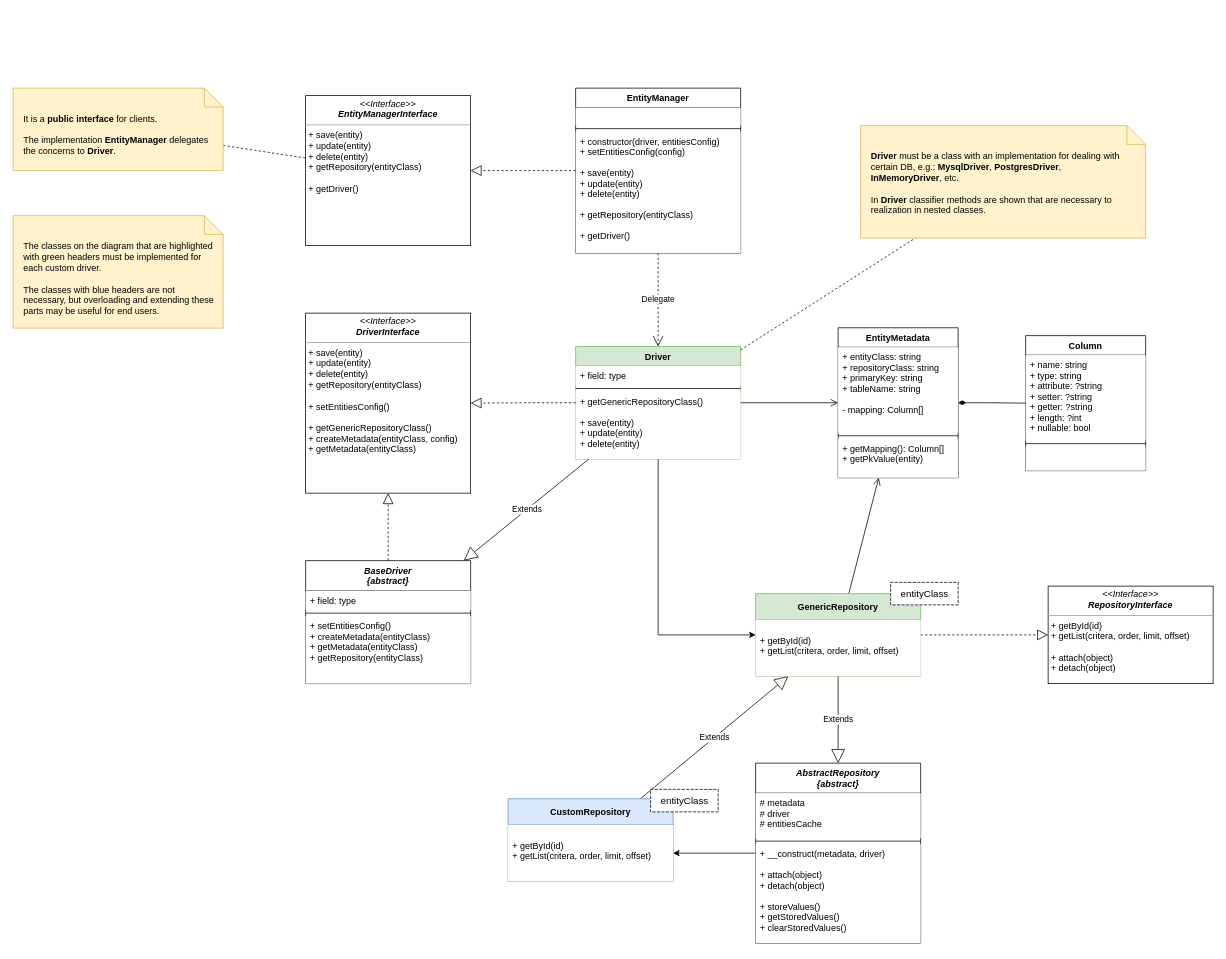
Earlier version of the draw.io diagram docs/diagrams/draw.io/EntityManager - class diagram.drawio (enoffspb/php-entity-manager). Source tidied: cells renumbered, new cells numbered last; positions are measured from the earlier drawing's top-left corner, leaving out a move shared by most shapes. Both pictures are drawn from the tidied source at 75%, with x=0, y=0 at pixel (13, 88).
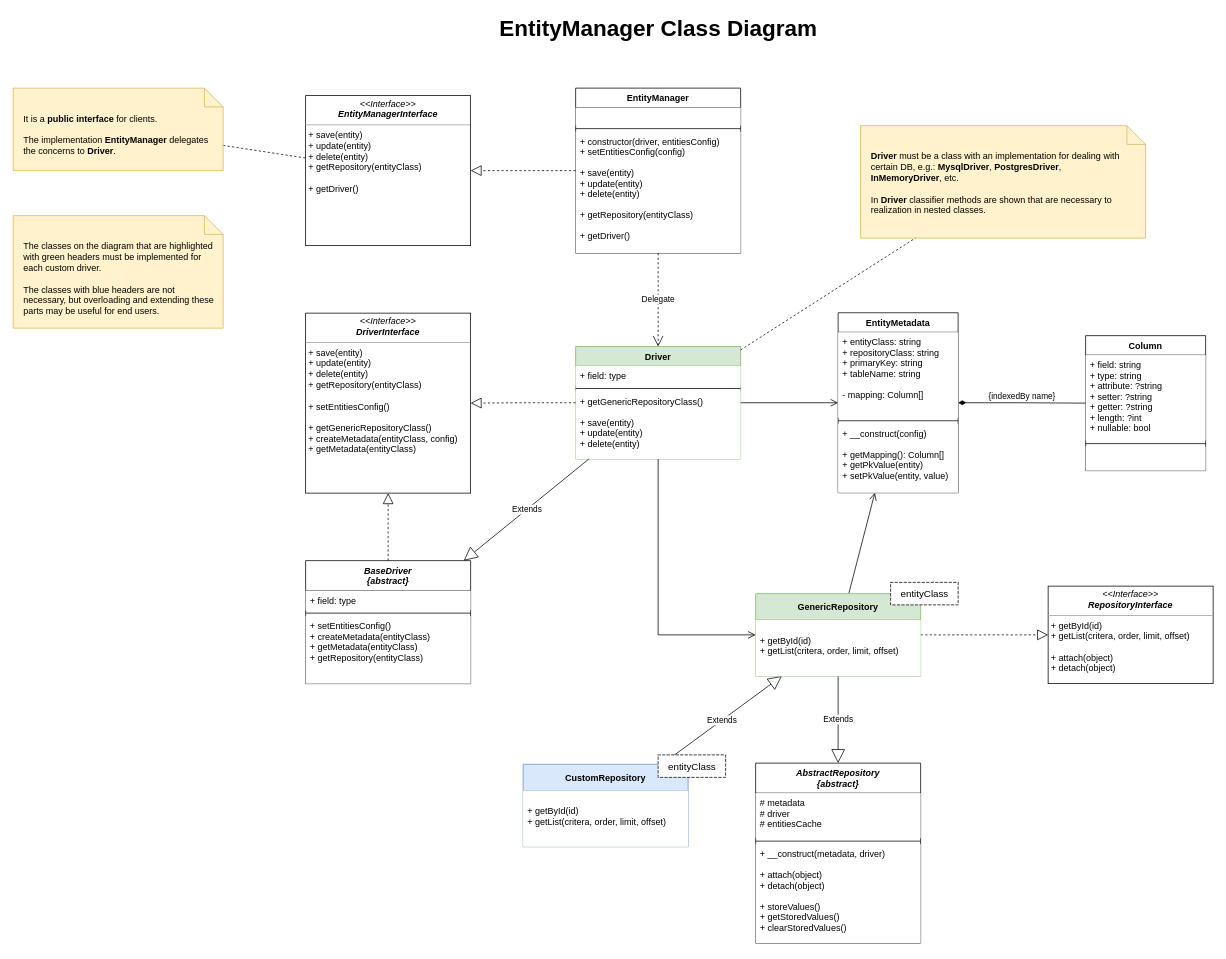
The same diagram, later.

Unchanged cells that the change refers to:
```xml
<mxCell id="8" value="Driver" style="swimlane;fontStyle=1;align=center;verticalAlign=top;horizontal=1;startSize=26;fillColor=#d5e8d4;strokeColor=#82b366;" parent="1" vertex="1">
  <mxGeometry x="750" y="344.5" width="220" height="150" as="geometry" />
</mxCell>
<mxCell id="41" value="AbstractRepository&#10;{abstract}&#10;" style="swimlane;fontStyle=3;align=center;verticalAlign=top;horizontal=1;startSize=40;fillColor=default;" parent="1" vertex="1">
  <mxGeometry x="990" y="900" width="220" height="240" as="geometry" />
</mxCell>
<mxCell id="47" value="GenericRepository" style="swimlane;fontStyle=1;align=center;verticalAlign=middle;horizontal=1;startSize=35;fillColor=#d5e8d4;strokeColor=#82b366;" parent="46" vertex="1">
  <mxGeometry y="15" width="220" height="110" as="geometry" />
</mxCell>
<mxCell id="52" value="&#10;+ getById(id)&#10;+ getList(critera, order, limit, offset)" style="text;strokeColor=none;fillColor=default;align=left;verticalAlign=top;spacingLeft=4;spacingRight=4;overflow=hidden;points=[[0,0.5],[1,0.5]];portConstraint=eastwest;" parent="51" vertex="1">
  <mxGeometry y="35" width="220" height="75" as="geometry" />
</mxCell>
```

The edit, as a diff of the source:
```diff
@@
     <mxCell id="3" value="EntityMetadata" style="swimlane;fontStyle=1;align=center;verticalAlign=top;horizontal=1;startSize=26;fillColor=default;" parent="1" vertex="1">
-      <mxGeometry x="1100" y="319.5" width="160" height="200" as="geometry" />
+      <mxGeometry x="1100" y="299.5" width="160" height="240" as="geometry" />
     </mxCell>
@@
-    <mxCell id="6" value="+ getMapping(): Column[]&#10;+ getPkValue(entity)" style="text;strokeColor=none;fillColor=default;align=left;verticalAlign=top;spacingLeft=4;spacingRight=4;overflow=hidden;" parent="3" vertex="1">
-      <mxGeometry y="148" width="160" height="52" as="geometry" />
+    <mxCell id="6" value="+ __construct(config)&#10;&#10;+ getMapping(): Column[]&#10;+ getPkValue(entity)&#10;+ setPkValue(entity, value)" style="text;strokeColor=none;fillColor=default;align=left;verticalAlign=top;spacingLeft=4;spacingRight=4;overflow=hidden;" parent="3" vertex="1">
+      <mxGeometry y="148" width="160" height="92" as="geometry" />
     </mxCell>
-    <mxCell id="7" style="edgeStyle=orthogonalEdgeStyle;rounded=0;jettySize=auto;html=1;fontSize=13;" parent="1" edge="1" source="8" target="47">
-      <mxGeometry relative="1" as="geometry">
-        <Array as="points">
-          <mxPoint x="860" y="729" />
-        </Array>
-      </mxGeometry>
-    </mxCell>
@@
     <mxCell id="13" value="Column" style="swimlane;fontStyle=1;align=center;verticalAlign=top;horizontal=1;startSize=26;fillColor=default;" parent="1" vertex="1">
-      <mxGeometry x="1350" y="330" width="160" height="180" as="geometry" />
+      <mxGeometry x="1430" y="330" width="160" height="180" as="geometry" />
     </mxCell>
-    <mxCell id="14" value="+ name: string&#10;+ type: string&#10;+ attribute: ?string&#10;+ setter: ?string&#10;+ getter: ?string&#10;+ length: ?int&#10;+ nullable: bool" style="text;strokeColor=none;fillColor=default;align=left;verticalAlign=top;spacingLeft=4;spacingRight=4;overflow=hidden;" parent="13" vertex="1">
+    <mxCell id="14" value="+ field: string&#10;+ type: string&#10;+ attribute: ?string&#10;+ setter: ?string&#10;+ getter: ?string&#10;+ length: ?int&#10;+ nullable: bool" style="text;strokeColor=none;fillColor=default;align=left;verticalAlign=top;spacingLeft=4;spacingRight=4;overflow=hidden;" parent="13" vertex="1">
       <mxGeometry y="26" width="160" height="114" as="geometry" />
     </mxCell>
@@
-    <mxCell id="18" style="endArrow=none;startArrow=diamondThin;endFill=0;startFill=1;html=1;verticalAlign=bottom;labelBackgroundColor=none;strokeWidth=1;startSize=8;endSize=8;rounded=0;edgeStyle=orthogonalEdgeStyle;" parent="1" edge="1" source="3" target="13">
+    <mxCell id="18" value="{indexedBy name}" style="endArrow=none;startArrow=diamondThin;endFill=0;startFill=1;html=1;verticalAlign=bottom;labelBackgroundColor=none;strokeWidth=1;startSize=8;endSize=8;rounded=0;edgeStyle=orthogonalEdgeStyle;" parent="1" edge="1" source="3" target="13">
       <mxGeometry relative="1" as="geometry" />
     </mxCell>
@@
-    <mxCell id="40" style="edgeStyle=orthogonalEdgeStyle;rounded=0;jettySize=auto;html=1;" parent="1" edge="1" source="41" target="52">
-      <mxGeometry relative="1" as="geometry" />
-    </mxCell>
@@
     <mxCell id="50" style="group;" parent="1" vertex="1">
-      <mxGeometry x="670" y="935" width="270" height="135" as="geometry" />
+      <mxGeometry x="690" y="889" width="270" height="135" as="geometry" />
     </mxCell>
@@
     <mxCell id="53" value="entityClass" style="shape=partialRectangle;html=1;top=1;align=center;dashed=1;fontSize=13;" parent="50" vertex="1">
-      <mxGeometry x="180" width="90" height="30" as="geometry" />
+      <mxGeometry x="170" width="90" height="30" as="geometry" />
     </mxCell>
@@
+    <mxCell id="7" style="endArrow=open;startArrow=none;endFill=0;startFill=0;endSize=8;html=1;verticalAlign=bottom;labelBackgroundColor=none;strokeWidth=1;rounded=0;edgeStyle=orthogonalEdgeStyle;" parent="1" edge="1" source="8" target="47">
+      <mxGeometry relative="1" as="geometry">
+        <Array as="points">
+          <mxPoint x="860" y="729" />
+        </Array>
+      </mxGeometry>
+    </mxCell>
+    <mxCell id="55" value="EntityManager Class Diagram" style="text;html=1;align=center;verticalAlign=middle;strokeColor=none;fillColor=none;fontSize=30;fontStyle=1;" parent="1" vertex="1">
+      <mxGeometry x="640" y="-100" width="440" height="40" as="geometry" />
+    </mxCell>
```
